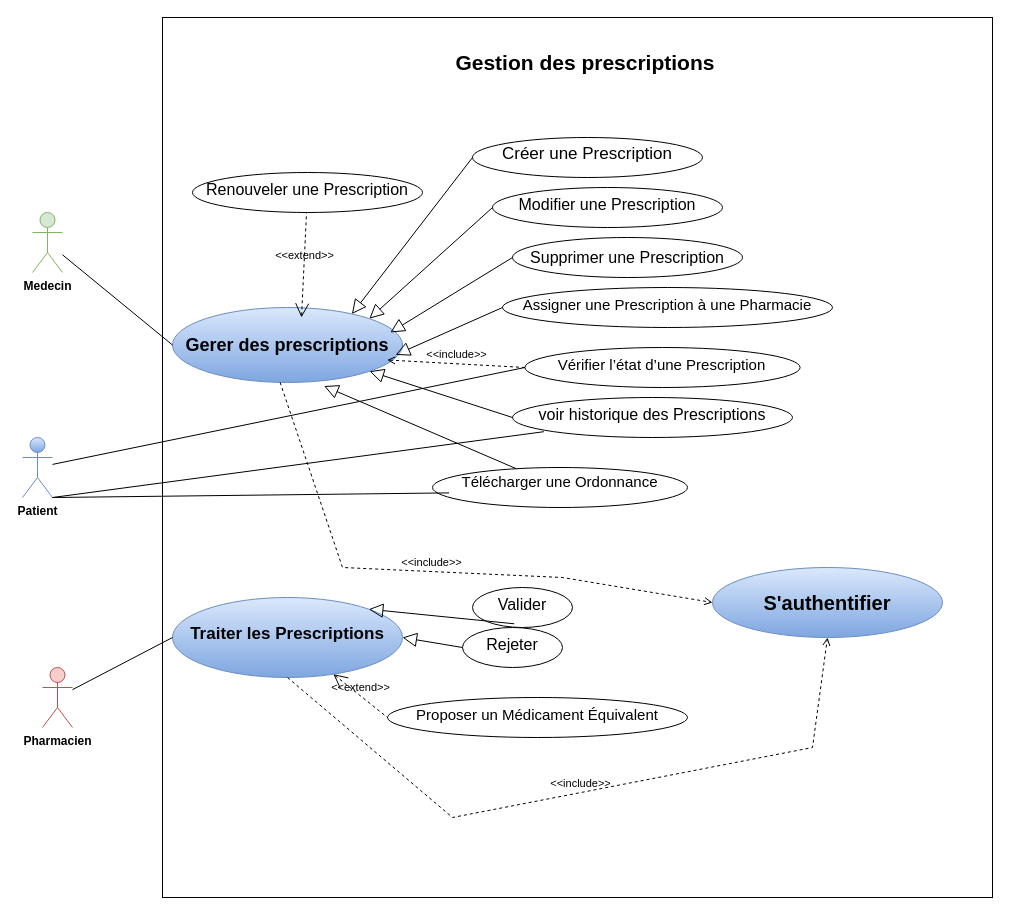
The draw.io diagram Diagramme use case Global.drawio in siwar630/Conception-pfe, before the edit. Source tidied: cells renumbered, new cells numbered last; positions are measured from the earlier drawing's top-left corner, leaving out a move shared by most shapes. Both pictures are drawn from the tidied source at 100%, with x=0, y=0 at pixel (22, 17).
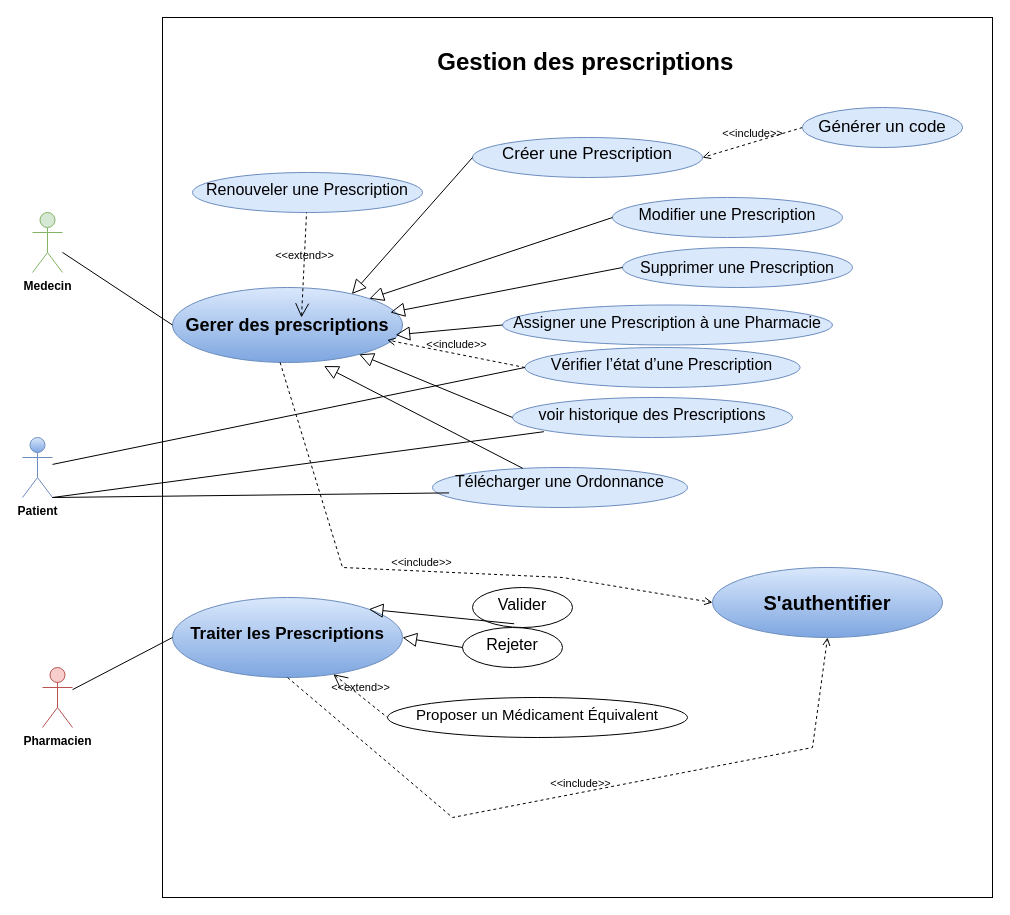
The same page after the edit.

Commit message:
Mettre à jour Diagramme use case Global.drawio

Diff of the diagram source:
```diff
@@
-    <mxCell id="3" value="&lt;b&gt;&lt;font style=&quot;font-size: 21px;&quot;&gt;&amp;nbsp;Gestion des prescriptions&lt;/font&gt;&lt;/b&gt;" style="text;html=1;align=center;verticalAlign=middle;whiteSpace=wrap;rounded=0;" parent="1" vertex="1">
+    <mxCell id="3" value="&lt;b&gt;&lt;font style=&quot;font-size: 24px;&quot;&gt;&amp;nbsp;Gestion des prescriptions&lt;/font&gt;&lt;/b&gt;" style="text;html=1;align=center;verticalAlign=middle;whiteSpace=wrap;rounded=0;" parent="1" vertex="1">
       <mxGeometry x="365" y="30" width="390" height="30" as="geometry" />
     </mxCell>
@@
     <mxCell id="7" value="&lt;font style=&quot;font-size: 18px;&quot;&gt;&lt;b style=&quot;&quot;&gt;Gerer des prescriptions&lt;/b&gt;&lt;/font&gt;" style="ellipse;whiteSpace=wrap;html=1;align=center;fillColor=#dae8fc;gradientColor=#7ea6e0;strokeColor=#6c8ebf;" parent="1" vertex="1">
-      <mxGeometry x="150" y="290" width="230" height="75" as="geometry" />
+      <mxGeometry x="150" y="270" width="230" height="75" as="geometry" />
     </mxCell>
@@
-    <mxCell id="9" value="&lt;table&gt;&lt;tbody&gt;&lt;tr&gt;&lt;td&gt;&lt;font style=&quot;font-size: 16px;&quot;&gt;Supprimer une Prescription&lt;/font&gt;&lt;/td&gt;&lt;/tr&gt;&lt;/tbody&gt;&lt;/table&gt;&lt;table&gt;&lt;tbody&gt;&lt;tr&gt;&lt;/tr&gt;&lt;/tbody&gt;&lt;/table&gt;" style="ellipse;whiteSpace=wrap;html=1;align=center;" parent="1" vertex="1">
-      <mxGeometry x="490" y="220" width="230" height="40" as="geometry" />
+    <mxCell id="9" value="&lt;table&gt;&lt;tbody&gt;&lt;tr&gt;&lt;td&gt;&lt;font style=&quot;font-size: 16px;&quot;&gt;Supprimer une Prescription&lt;/font&gt;&lt;/td&gt;&lt;/tr&gt;&lt;/tbody&gt;&lt;/table&gt;&lt;table&gt;&lt;tbody&gt;&lt;tr&gt;&lt;/tr&gt;&lt;/tbody&gt;&lt;/table&gt;" style="ellipse;whiteSpace=wrap;html=1;align=center;fillColor=#dae8fc;strokeColor=#6c8ebf;" parent="1" vertex="1">
+      <mxGeometry x="600" y="230" width="230" height="40" as="geometry" />
     </mxCell>
-    <mxCell id="10" value="&lt;table&gt;&lt;tbody&gt;&lt;tr&gt;&lt;td&gt;&lt;font style=&quot;font-size: 16px;&quot;&gt;Modifier une Prescription&lt;/font&gt;&lt;/td&gt;&lt;/tr&gt;&lt;/tbody&gt;&lt;/table&gt;&lt;table&gt;&lt;tbody&gt;&lt;tr&gt;&lt;td&gt;&lt;/td&gt;&lt;/tr&gt;&lt;/tbody&gt;&lt;/table&gt;" style="ellipse;whiteSpace=wrap;html=1;align=center;" parent="1" vertex="1">
-      <mxGeometry x="470" y="170" width="230" height="40" as="geometry" />
+    <mxCell id="10" value="&lt;table&gt;&lt;tbody&gt;&lt;tr&gt;&lt;td&gt;&lt;font style=&quot;font-size: 16px;&quot;&gt;Modifier une Prescription&lt;/font&gt;&lt;/td&gt;&lt;/tr&gt;&lt;/tbody&gt;&lt;/table&gt;&lt;table&gt;&lt;tbody&gt;&lt;tr&gt;&lt;td&gt;&lt;/td&gt;&lt;/tr&gt;&lt;/tbody&gt;&lt;/table&gt;" style="ellipse;whiteSpace=wrap;html=1;align=center;fillColor=#dae8fc;strokeColor=#6c8ebf;" parent="1" vertex="1">
+      <mxGeometry x="590" y="180" width="230" height="40" as="geometry" />
     </mxCell>
-    <mxCell id="11" value="&lt;table&gt;&lt;tbody&gt;&lt;tr&gt;&lt;td&gt;&lt;font style=&quot;font-size: 17px;&quot;&gt;Créer une Prescription&lt;/font&gt;&lt;/td&gt;&lt;/tr&gt;&lt;/tbody&gt;&lt;/table&gt;&lt;table&gt;&lt;tbody&gt;&lt;tr&gt;&lt;td&gt;&lt;/td&gt;&lt;/tr&gt;&lt;/tbody&gt;&lt;/table&gt;" style="ellipse;whiteSpace=wrap;html=1;align=center;" parent="1" vertex="1">
+    <mxCell id="11" value="&lt;table&gt;&lt;tbody&gt;&lt;tr&gt;&lt;td&gt;&lt;font style=&quot;font-size: 17px;&quot;&gt;Créer une Prescription&lt;/font&gt;&lt;/td&gt;&lt;/tr&gt;&lt;/tbody&gt;&lt;/table&gt;&lt;table&gt;&lt;tbody&gt;&lt;tr&gt;&lt;td&gt;&lt;/td&gt;&lt;/tr&gt;&lt;/tbody&gt;&lt;/table&gt;" style="ellipse;whiteSpace=wrap;html=1;align=center;fillColor=#dae8fc;strokeColor=#6c8ebf;" parent="1" vertex="1">
       <mxGeometry x="450" y="120" width="230" height="40" as="geometry" />
     </mxCell>
-    <mxCell id="12" value="&lt;table&gt;&lt;tbody&gt;&lt;tr&gt;&lt;td&gt;&lt;font style=&quot;font-size: 16px;&quot;&gt;Renouveler une Prescription&lt;/font&gt;&lt;/td&gt;&lt;/tr&gt;&lt;/tbody&gt;&lt;/table&gt;&lt;table&gt;&lt;tbody&gt;&lt;tr&gt;&lt;td&gt;&lt;/td&gt;&lt;/tr&gt;&lt;/tbody&gt;&lt;/table&gt;" style="ellipse;whiteSpace=wrap;html=1;align=center;" parent="1" vertex="1">
+    <mxCell id="12" value="&lt;table&gt;&lt;tbody&gt;&lt;tr&gt;&lt;td&gt;&lt;font style=&quot;font-size: 16px;&quot;&gt;Renouveler une Prescription&lt;/font&gt;&lt;/td&gt;&lt;/tr&gt;&lt;/tbody&gt;&lt;/table&gt;&lt;table&gt;&lt;tbody&gt;&lt;tr&gt;&lt;td&gt;&lt;/td&gt;&lt;/tr&gt;&lt;/tbody&gt;&lt;/table&gt;" style="ellipse;whiteSpace=wrap;html=1;align=center;fillColor=#dae8fc;strokeColor=#6c8ebf;" parent="1" vertex="1">
       <mxGeometry x="170" y="155" width="230" height="40" as="geometry" />
     </mxCell>
-    <mxCell id="13" value="&lt;table&gt;&lt;tbody&gt;&lt;tr&gt;&lt;td&gt;&lt;font style=&quot;font-size: 15px;&quot;&gt;Assigner une Prescription à une Pharmacie&lt;/font&gt;&lt;/td&gt;&lt;/tr&gt;&lt;/tbody&gt;&lt;/table&gt;&lt;table&gt;&lt;tbody&gt;&lt;tr&gt;&lt;td&gt;&lt;/td&gt;&lt;/tr&gt;&lt;/tbody&gt;&lt;/table&gt;" style="ellipse;whiteSpace=wrap;html=1;align=center;" parent="1" vertex="1">
-      <mxGeometry x="480" y="270" width="330" height="40" as="geometry" />
+    <mxCell id="13" value="&lt;table&gt;&lt;tbody&gt;&lt;tr&gt;&lt;td&gt;&lt;font style=&quot;font-size: 16px;&quot;&gt;Assigner une Prescription à une Pharmacie&lt;/font&gt;&lt;/td&gt;&lt;/tr&gt;&lt;/tbody&gt;&lt;/table&gt;&lt;table&gt;&lt;tbody&gt;&lt;tr&gt;&lt;td&gt;&lt;/td&gt;&lt;/tr&gt;&lt;/tbody&gt;&lt;/table&gt;" style="ellipse;whiteSpace=wrap;html=1;align=center;fillColor=#dae8fc;strokeColor=#6c8ebf;" parent="1" vertex="1">
+      <mxGeometry x="480" y="287.5" width="330" height="40" as="geometry" />
     </mxCell>
@@
-    <mxCell id="17" value="&lt;table&gt;&lt;tbody&gt;&lt;tr&gt;&lt;td&gt;&lt;table&gt;&lt;tbody&gt;&lt;tr&gt;&lt;td&gt;&lt;font style=&quot;font-size: 15px;&quot;&gt;Vérifier l’état d’une Prescription&lt;/font&gt;&lt;/td&gt;&lt;/tr&gt;&lt;/tbody&gt;&lt;/table&gt;&lt;table&gt;&lt;tbody&gt;&lt;tr&gt;&lt;td&gt;&lt;/td&gt;&lt;/tr&gt;&lt;/tbody&gt;&lt;/table&gt;&lt;table&gt;&lt;tbody&gt;&lt;tr&gt;&lt;/tr&gt;&lt;/tbody&gt;&lt;/table&gt;&lt;/td&gt;&lt;/tr&gt;&lt;/tbody&gt;&lt;/table&gt;" style="ellipse;whiteSpace=wrap;html=1;align=center;" parent="1" vertex="1">
+    <mxCell id="17" value="&lt;table&gt;&lt;tbody&gt;&lt;tr&gt;&lt;td&gt;&lt;table&gt;&lt;tbody&gt;&lt;tr&gt;&lt;td&gt;&lt;font style=&quot;font-size: 16px;&quot;&gt;Vérifier l’état d’une Prescription&lt;/font&gt;&lt;/td&gt;&lt;/tr&gt;&lt;/tbody&gt;&lt;/table&gt;&lt;table&gt;&lt;tbody&gt;&lt;tr&gt;&lt;td&gt;&lt;/td&gt;&lt;/tr&gt;&lt;/tbody&gt;&lt;/table&gt;&lt;table&gt;&lt;tbody&gt;&lt;tr&gt;&lt;/tr&gt;&lt;/tbody&gt;&lt;/table&gt;&lt;/td&gt;&lt;/tr&gt;&lt;/tbody&gt;&lt;/table&gt;" style="ellipse;whiteSpace=wrap;html=1;align=center;fillColor=#dae8fc;strokeColor=#6c8ebf;" parent="1" vertex="1">
       <mxGeometry x="502.4" y="330" width="275.2" height="40" as="geometry" />
     </mxCell>
@@
-    <mxCell id="19" value="&lt;table&gt;&lt;tbody&gt;&lt;tr&gt;&lt;td&gt;&lt;table&gt;&lt;tbody&gt;&lt;tr&gt;&lt;td&gt;&lt;table&gt;&lt;tbody&gt;&lt;tr&gt;&lt;td&gt;&lt;font style=&quot;font-size: 15px;&quot;&gt;Télécharger une Ordonnance&lt;/font&gt;&lt;/td&gt;&lt;/tr&gt;&lt;/tbody&gt;&lt;/table&gt;&lt;table&gt;&lt;tbody&gt;&lt;tr&gt;&lt;td&gt;&lt;/td&gt;&lt;/tr&gt;&lt;/tbody&gt;&lt;/table&gt;&lt;/td&gt;&lt;/tr&gt;&lt;/tbody&gt;&lt;/table&gt;&lt;table&gt;&lt;tbody&gt;&lt;tr&gt;&lt;td&gt;&lt;/td&gt;&lt;/tr&gt;&lt;/tbody&gt;&lt;/table&gt;&lt;table&gt;&lt;tbody&gt;&lt;tr&gt;&lt;/tr&gt;&lt;/tbody&gt;&lt;/table&gt;&lt;/td&gt;&lt;/tr&gt;&lt;/tbody&gt;&lt;/table&gt;" style="ellipse;whiteSpace=wrap;html=1;align=center;" parent="1" vertex="1">
+    <mxCell id="19" value="&lt;table&gt;&lt;tbody&gt;&lt;tr&gt;&lt;td&gt;&lt;table&gt;&lt;tbody&gt;&lt;tr&gt;&lt;td&gt;&lt;table&gt;&lt;tbody&gt;&lt;tr&gt;&lt;td&gt;&lt;font style=&quot;font-size: 16px;&quot;&gt;Télécharger une Ordonnance&lt;/font&gt;&lt;/td&gt;&lt;/tr&gt;&lt;/tbody&gt;&lt;/table&gt;&lt;table&gt;&lt;tbody&gt;&lt;tr&gt;&lt;td&gt;&lt;/td&gt;&lt;/tr&gt;&lt;/tbody&gt;&lt;/table&gt;&lt;/td&gt;&lt;/tr&gt;&lt;/tbody&gt;&lt;/table&gt;&lt;table&gt;&lt;tbody&gt;&lt;tr&gt;&lt;td&gt;&lt;/td&gt;&lt;/tr&gt;&lt;/tbody&gt;&lt;/table&gt;&lt;table&gt;&lt;tbody&gt;&lt;tr&gt;&lt;/tr&gt;&lt;/tbody&gt;&lt;/table&gt;&lt;/td&gt;&lt;/tr&gt;&lt;/tbody&gt;&lt;/table&gt;" style="ellipse;whiteSpace=wrap;html=1;align=center;fillColor=#dae8fc;strokeColor=#6c8ebf;" parent="1" vertex="1">
       <mxGeometry x="410" y="450" width="255" height="40" as="geometry" />
     </mxCell>
-    <mxCell id="20" value="&lt;table&gt;&lt;tbody&gt;&lt;tr&gt;&lt;td&gt;&lt;table&gt;&lt;tbody&gt;&lt;tr&gt;&lt;td&gt;&lt;font style=&quot;font-size: 16px;&quot;&gt;voir historique des Prescriptions&lt;/font&gt;&lt;/td&gt;&lt;/tr&gt;&lt;/tbody&gt;&lt;/table&gt;&lt;table&gt;&lt;tbody&gt;&lt;tr&gt;&lt;td&gt;&lt;/td&gt;&lt;/tr&gt;&lt;/tbody&gt;&lt;/table&gt;&lt;table&gt;&lt;tbody&gt;&lt;tr&gt;&lt;/tr&gt;&lt;/tbody&gt;&lt;/table&gt;&lt;/td&gt;&lt;/tr&gt;&lt;/tbody&gt;&lt;/table&gt;" style="ellipse;whiteSpace=wrap;html=1;align=center;" parent="1" vertex="1">
+    <mxCell id="20" value="&lt;table&gt;&lt;tbody&gt;&lt;tr&gt;&lt;td&gt;&lt;table&gt;&lt;tbody&gt;&lt;tr&gt;&lt;td&gt;&lt;font style=&quot;font-size: 16px;&quot;&gt;voir historique des Prescriptions&lt;/font&gt;&lt;/td&gt;&lt;/tr&gt;&lt;/tbody&gt;&lt;/table&gt;&lt;table&gt;&lt;tbody&gt;&lt;tr&gt;&lt;td&gt;&lt;/td&gt;&lt;/tr&gt;&lt;/tbody&gt;&lt;/table&gt;&lt;table&gt;&lt;tbody&gt;&lt;tr&gt;&lt;/tr&gt;&lt;/tbody&gt;&lt;/table&gt;&lt;/td&gt;&lt;/tr&gt;&lt;/tbody&gt;&lt;/table&gt;" style="ellipse;whiteSpace=wrap;html=1;align=center;fillColor=#dae8fc;strokeColor=#6c8ebf;" parent="1" vertex="1">
       <mxGeometry x="490" y="380" width="280" height="40" as="geometry" />
     </mxCell>
@@
+    <mxCell id="39" value="&amp;lt;&amp;lt;include&amp;gt;&amp;gt;" style="edgeStyle=none;html=1;endArrow=open;verticalAlign=bottom;dashed=1;labelBackgroundColor=none;rounded=0;entryX=1;entryY=0.5;entryDx=0;entryDy=0;exitX=0;exitY=0.5;exitDx=0;exitDy=0;" parent="1" edge="1" source="40" target="11">
+      <mxGeometry relative="1" as="geometry" />
+    </mxCell>
+    <mxCell id="40" value="&lt;table&gt;&lt;tbody&gt;&lt;tr&gt;&lt;td&gt;&lt;span style=&quot;font-size: 17px;&quot;&gt;Générer un code&lt;/span&gt;&lt;table&gt;&lt;tbody&gt;&lt;tr&gt;&lt;/tr&gt;&lt;/tbody&gt;&lt;/table&gt;&lt;/td&gt;&lt;/tr&gt;&lt;/tbody&gt;&lt;/table&gt;" style="ellipse;whiteSpace=wrap;html=1;align=center;fillColor=#dae8fc;strokeColor=#6c8ebf;" parent="1" vertex="1">
+      <mxGeometry x="780" y="90" width="160" height="40" as="geometry" />
+    </mxCell>
```
